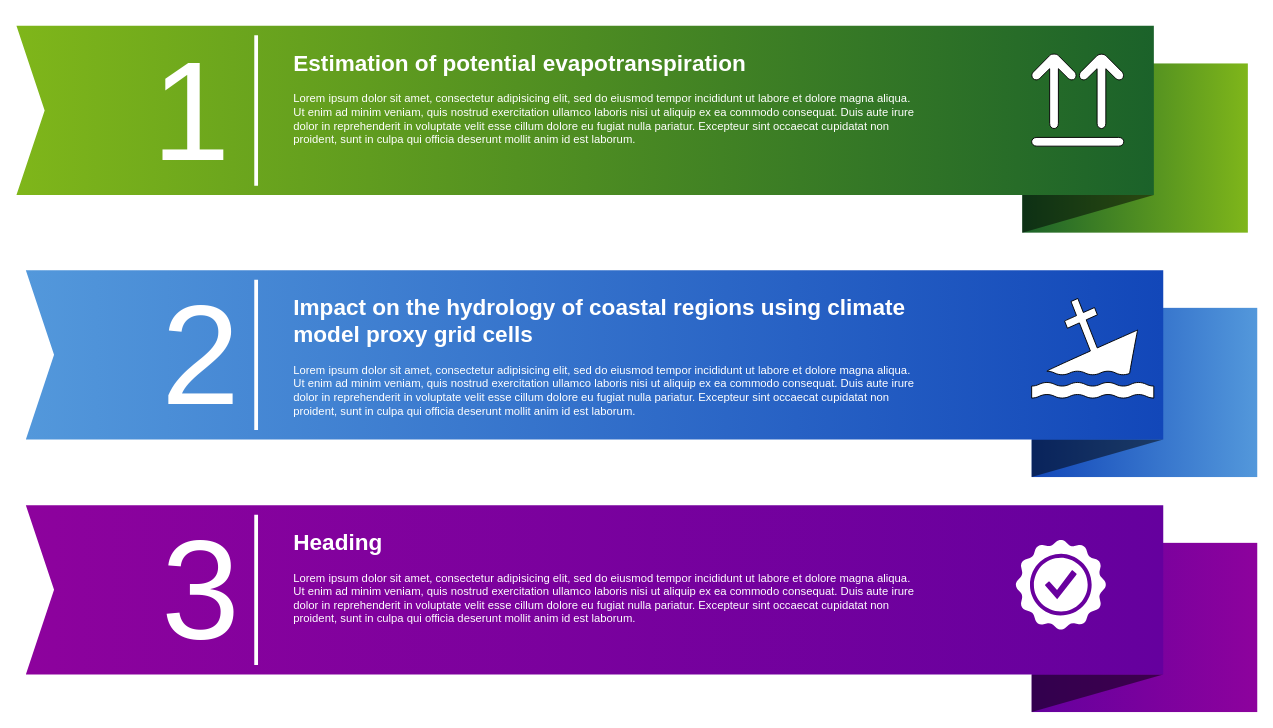
The draw.io diagram Untitled Diagram.drawio in epasten/epasten, before the edit. Source tidied: cells renumbered, new cells numbered last; positions are measured from the earlier drawing's top-left corner, leaving out a move shared by most shapes. Both pictures are drawn from the tidied source at 94%, with x=0, y=0 at pixel (16, 25).
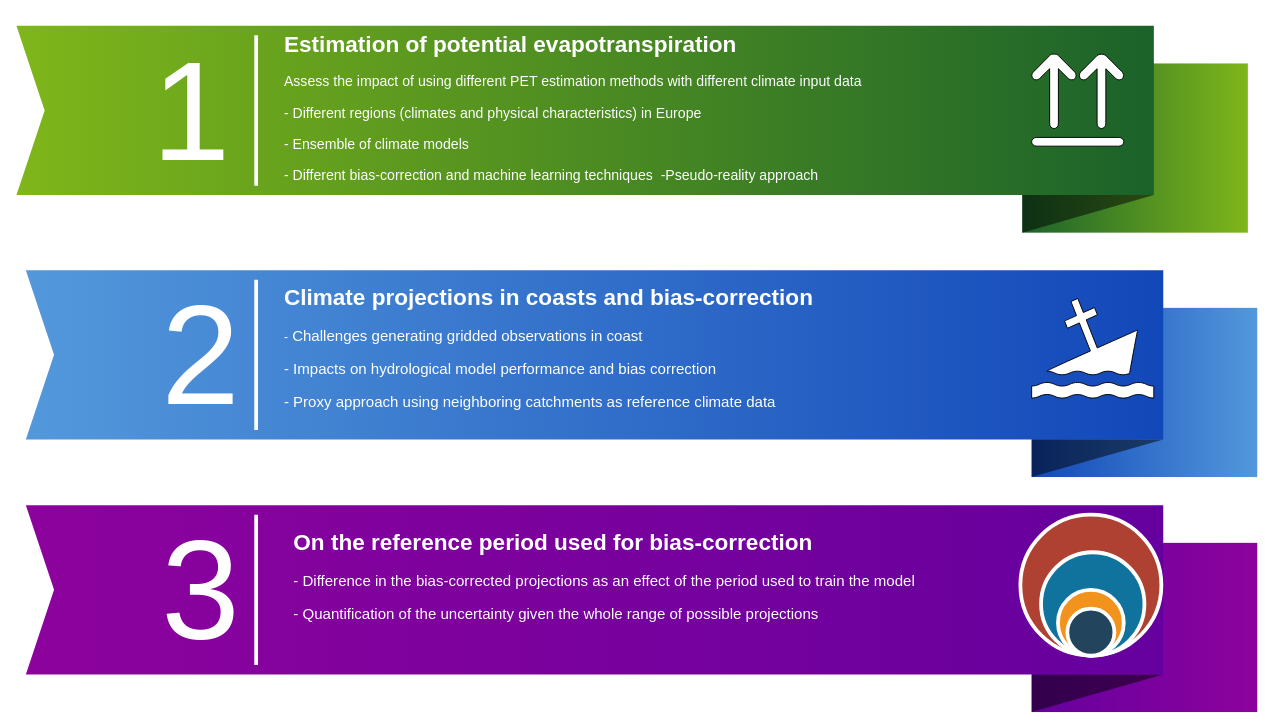
Above is the later version.

Diff of the diagram source:
```diff
@@
-    <mxCell id="17" value="&lt;h1&gt;Estimation of potential evapotranspiration&lt;/h1&gt;&lt;p&gt;L&lt;span&gt;orem ipsum dolor sit amet, consectetur adipisicing elit, sed do eiusmod tempor incididunt ut labore et dolore magna aliqua. Ut enim ad minim veniam, quis nostrud exercitation ullamco laboris nisi ut aliquip ex ea commodo consequat. Duis aute irure dolor in reprehenderit in voluptate velit esse cillum dolore eu fugiat nulla pariatur. Excepteur sint occaecat cupidatat non proident, sunt in culpa qui officia deserunt mollit anim id est laborum.&lt;/span&gt;&lt;/p&gt;" style="text;html=1;strokeColor=none;fillColor=none;spacing=5;spacingTop=-20;whiteSpace=wrap;overflow=hidden;rounded=0;shadow=0;dashed=0;fontFamily=Helvetica;fontSize=12;fontColor=#FFFFFF;align=left;" parent="1" vertex="1">
-      <mxGeometry x="290" y="20" width="670" height="140" as="geometry" />
+    <mxCell id="17" value="&lt;h1&gt;Estimation of potential evapotranspiration&lt;/h1&gt;&lt;p style=&quot;font-size: 15px&quot;&gt;&lt;font style=&quot;font-size: 15px&quot;&gt;Assess the impact of using different PET estimation methods with different climate input data&lt;/font&gt;&lt;/p&gt;&lt;p style=&quot;font-size: 15px&quot;&gt;&lt;font style=&quot;font-size: 15px&quot;&gt;- Different regions (climates and physical characteristics) in Europe&lt;/font&gt;&lt;/p&gt;&lt;p style=&quot;font-size: 15px&quot;&gt;&lt;font style=&quot;font-size: 15px&quot;&gt;- Ensemble of climate models&lt;/font&gt;&lt;/p&gt;&lt;p style=&quot;font-size: 15px&quot;&gt;&lt;font style=&quot;font-size: 15px&quot;&gt;- Different bias-correction and machine learning techniques&lt;span style=&quot;white-space: pre&quot;&gt; &lt;/span&gt;&lt;span style=&quot;white-space: pre&quot;&gt; &lt;/span&gt;-Pseudo-reality approach&lt;/font&gt;&lt;/p&gt;" style="text;html=1;strokeColor=none;fillColor=none;spacing=5;spacingTop=-20;whiteSpace=wrap;overflow=hidden;rounded=0;shadow=0;dashed=0;fontFamily=Helvetica;fontSize=12;fontColor=#FFFFFF;align=left;" parent="1" vertex="1">
+      <mxGeometry x="280" width="780" height="170" as="geometry" />
     </mxCell>
-    <mxCell id="18" value="&lt;h1&gt;Impact on the hydrology of coastal regions using climate model proxy grid cells&lt;/h1&gt;&lt;p&gt;L&lt;span&gt;orem ipsum dolor sit amet, consectetur adipisicing elit, sed do eiusmod tempor incididunt ut labore et dolore magna aliqua. Ut enim ad minim veniam, quis nostrud exercitation ullamco laboris nisi ut aliquip ex ea commodo consequat. Duis aute irure dolor in reprehenderit in voluptate velit esse cillum dolore eu fugiat nulla pariatur. Excepteur sint occaecat cupidatat non proident, sunt in culpa qui officia deserunt mollit anim id est laborum.&lt;/span&gt;&lt;/p&gt;" style="text;html=1;strokeColor=none;fillColor=none;spacing=5;spacingTop=-20;whiteSpace=wrap;overflow=hidden;rounded=0;shadow=0;dashed=0;fontFamily=Helvetica;fontSize=12;fontColor=#FFFFFF;align=left;" parent="1" vertex="1">
-      <mxGeometry x="290" y="280" width="670" height="140" as="geometry" />
+    <mxCell id="18" value="&lt;h1&gt;Climate projections in coasts and bias-correction&lt;/h1&gt;&lt;p style=&quot;font-size: 16px&quot;&gt;&lt;span style=&quot;font-size: 13px&quot;&gt;-&lt;/span&gt;&lt;font style=&quot;font-size: 16px&quot;&gt; Challenges generating gridded observations in coast&amp;nbsp;&lt;/font&gt;&lt;/p&gt;&lt;p style=&quot;font-size: 16px&quot;&gt;&lt;font style=&quot;font-size: 16px&quot;&gt;- Impacts on hydrological model performance and bias correction&lt;/font&gt;&lt;/p&gt;&lt;p style=&quot;font-size: 16px&quot;&gt;&lt;font style=&quot;font-size: 16px&quot;&gt;- Proxy approach using neighboring catchments as reference climate data&lt;/font&gt;&lt;/p&gt;" style="text;html=1;strokeColor=none;fillColor=none;spacing=5;spacingTop=-20;whiteSpace=wrap;overflow=hidden;rounded=0;shadow=0;dashed=0;fontFamily=Helvetica;fontSize=12;fontColor=#FFFFFF;align=left;" parent="1" vertex="1">
+      <mxGeometry x="280" y="270" width="780" height="140" as="geometry" />
     </mxCell>
-    <mxCell id="19" value="&lt;h1&gt;Heading&lt;/h1&gt;&lt;p&gt;L&lt;span&gt;orem ipsum dolor sit amet, consectetur adipisicing elit, sed do eiusmod tempor incididunt ut labore et dolore magna aliqua. Ut enim ad minim veniam, quis nostrud exercitation ullamco laboris nisi ut aliquip ex ea commodo consequat. Duis aute irure dolor in reprehenderit in voluptate velit esse cillum dolore eu fugiat nulla pariatur. Excepteur sint occaecat cupidatat non proident, sunt in culpa qui officia deserunt mollit anim id est laborum.&lt;/span&gt;&lt;/p&gt;" style="text;html=1;strokeColor=none;fillColor=none;spacing=5;spacingTop=-20;whiteSpace=wrap;overflow=hidden;rounded=0;shadow=0;dashed=0;fontFamily=Helvetica;fontSize=12;fontColor=#FFFFFF;align=left;" parent="1" vertex="1">
-      <mxGeometry x="290" y="530" width="670" height="140" as="geometry" />
+    <mxCell id="19" value="&lt;h1&gt;On the reference period used for bias-correction&lt;/h1&gt;&lt;p style=&quot;font-size: 16px&quot;&gt;- Difference in the bias-corrected projections as an effect of the period used to train the model&lt;/p&gt;&lt;p style=&quot;font-size: 16px&quot;&gt;- Quantification of the uncertainty given the whole range of possible projections&lt;/p&gt;" style="text;html=1;strokeColor=none;fillColor=none;spacing=5;spacingTop=-20;whiteSpace=wrap;overflow=hidden;rounded=0;shadow=0;dashed=0;fontFamily=Helvetica;fontSize=12;fontColor=#FFFFFF;align=left;" parent="1" vertex="1">
+      <mxGeometry x="290" y="530" width="740" height="140" as="geometry" />
     </mxCell>
-    <mxCell id="20" style="shadow=0;dashed=0;html=1;strokeColor=none;fillColor=#FFFFFF;labelPosition=center;verticalLabelPosition=bottom;verticalAlign=top;shape=mxgraph.office.concepts.best_practices;rounded=0;fontFamily=Helvetica;fontSize=12;fontColor=#FFFFFF;align=left;" parent="1" vertex="1">
-      <mxGeometry x="1062.5" y="546" width="97" height="97" as="geometry" />
-    </mxCell>
@@
+    <mxCell id="23" style="ellipse;html=1;strokeWidth=4;fillColor=#AE4132;strokeColor=#ffffff;shadow=0;fontSize=10;fontColor=#FFFFFF;align=center;fontStyle=0;whiteSpace=wrap;spacing=10;" parent="1" vertex="1">
+      <mxGeometry x="1068" y="520" width="150" height="150" as="geometry" />
+    </mxCell>
+    <mxCell id="24" style="ellipse;html=1;strokeWidth=4;fillColor=#10739E;strokeColor=#ffffff;shadow=0;fontSize=10;fontColor=#FFFFFF;align=center;fontStyle=0;whiteSpace=wrap;spacing=10;" parent="1" vertex="1">
+      <mxGeometry x="1090" y="560" width="110" height="110" as="geometry" />
+    </mxCell>
+    <mxCell id="25" style="ellipse;html=1;strokeWidth=4;fillColor=#F2931E;strokeColor=#ffffff;shadow=0;fontSize=10;fontColor=#FFFFFF;align=center;fontStyle=0;whiteSpace=wrap;spacing=10;" parent="1" vertex="1">
+      <mxGeometry x="1108" y="600" width="70" height="70" as="geometry" />
+    </mxCell>
+    <mxCell id="26" style="ellipse;html=1;strokeWidth=4;fillColor=#23445D;strokeColor=#ffffff;shadow=0;fontSize=10;fontColor=#FFFFFF;align=center;fontStyle=0;whiteSpace=wrap;spacing=10;" parent="1" vertex="1">
+      <mxGeometry x="1118" y="620" width="50" height="50" as="geometry" />
+    </mxCell>
```
